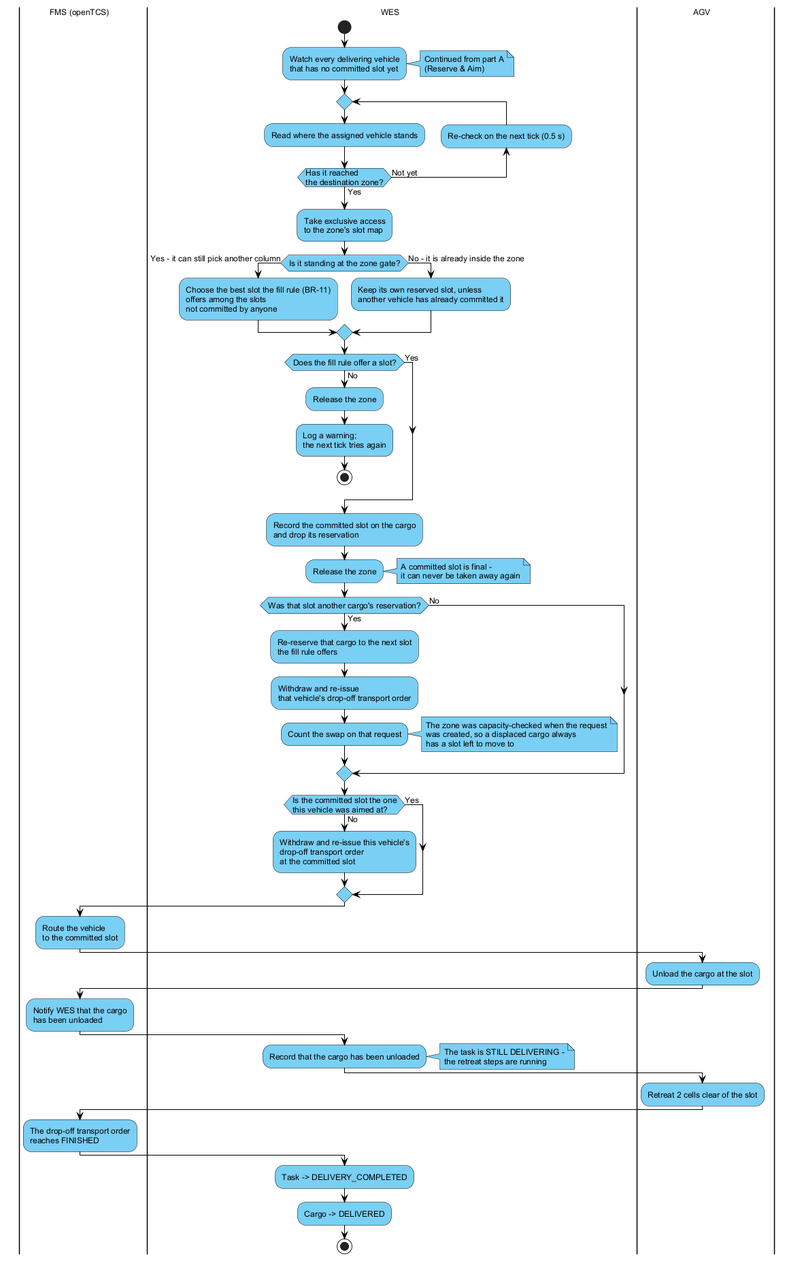
Earlier version of the PlantUML export report/diagrams/mf-02b-commit-dropoff-retreat.png (arishem51/wes). Source of this version:
```plantuml
@startuml mf-02b-commit-dropoff-retreat
skinparam backgroundColor #FFFFFF
skinparam defaultFontName Arial
skinparam defaultFontSize 12
skinparam swimlaneWidth 260
skinparam ArrowColor #000000
skinparam ActivityBorderColor #000000
skinparam ActivityBackgroundColor #7ACFF4
skinparam ActivityDiamondBorderColor #000000
skinparam ActivityDiamondBackgroundColor #7ACFF4
skinparam NoteBackgroundColor #7ACFF4
skinparam NoteBorderColor #000000

|FMS (openTCS)|
|WES|
|AGV|

|WES|
start
:Watch every delivering vehicle\nthat has no committed slot yet;
note right: Continued from part A\n(Reserve & Aim)
repeat
  :Read where the assigned vehicle stands;
  backward:Re-check on the next tick (0.5 s);
repeat while (Has it reached\nthe destination zone?) is (Not yet) not (Yes)
:Take exclusive access\nto the zone's slot map;
if (Is it standing at the zone gate?) then (Yes - it can still pick another column)
  :Choose the best slot the fill rule (BR-11)\noffers among the slots\nnot committed by anyone;
else (No - it is already inside the zone)
  :Keep its own reserved slot, unless\nanother vehicle has already committed it;
endif
if (Does the fill rule offer a slot?) then (No)
  :Release the zone;
  :Log a warning;\nthe next tick tries again;
  stop
else (Yes)
endif
:Record the committed slot on the cargo\nand drop its reservation;
:Release the zone;
note right: A committed slot is final -\nit can never be taken away again
if (Was that slot another cargo's reservation?) then (Yes)
  :Re-reserve that cargo to the next slot\nthe fill rule offers;
  :Withdraw and re-issue\nthat vehicle's drop-off transport order;
  :Count the swap on that request;
  note right: The zone was capacity-checked when the request\nwas created, so a displaced cargo always\nhas a slot left to move to
else (No)
endif
if (Is the committed slot the one\nthis vehicle was aimed at?) then (No)
  :Withdraw and re-issue this vehicle's\ndrop-off transport order\nat the committed slot;
else (Yes)
endif

|FMS (openTCS)|
:Route the vehicle\nto the committed slot;

|AGV|
:Unload the cargo at the slot;

|FMS (openTCS)|
:Notify WES that the cargo\nhas been unloaded;

|WES|
:Record that the cargo has been unloaded;
note right: The task is STILL DELIVERING -\nthe retreat steps are running

|AGV|
:Retreat 2 cells clear of the slot;

|FMS (openTCS)|
:The drop-off transport order\nreaches FINISHED;

|WES|
:Task -> DELIVERY_COMPLETED;
:Cargo -> DELIVERED;
stop

@enduml
```
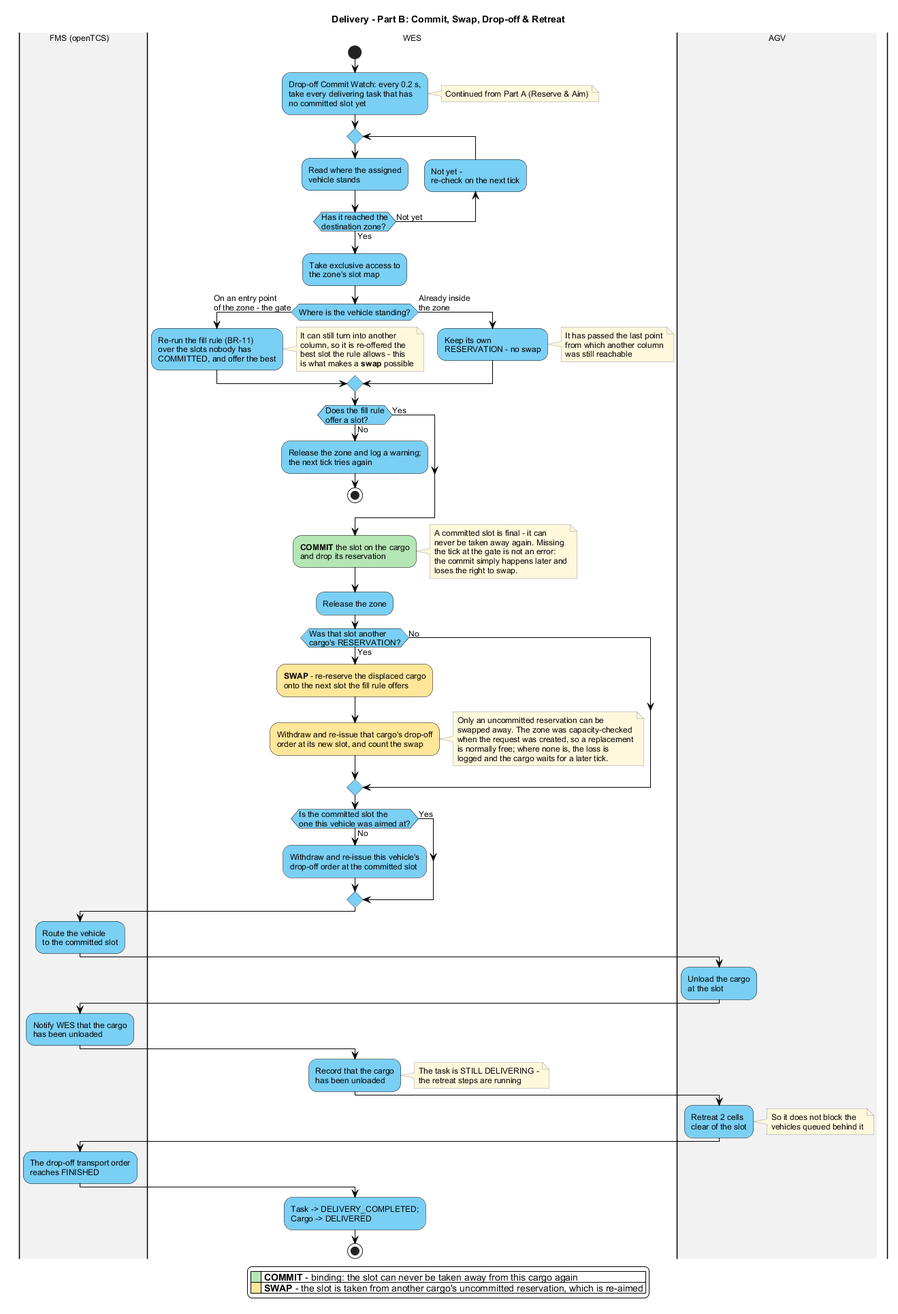
Later version of the same file.

What changed in the source:
```diff
@@ -8,45 +8,68 @@
 skinparam ActivityBackgroundColor #7ACFF4
 skinparam ActivityDiamondBorderColor #000000
 skinparam ActivityDiamondBackgroundColor #7ACFF4
-skinparam NoteBackgroundColor #7ACFF4
-skinparam NoteBorderColor #000000
+skinparam NoteBackgroundColor #FFF8DC
+skinparam NoteBorderColor #999999
 
-|FMS (openTCS)|
-|WES|
-|AGV|
+title Delivery - Part B: Commit, Swap, Drop-off & Retreat
+
+|#F2F2F2|FMS (openTCS)|
+|#FFFFFF|WES|
+|#F2F2F2|AGV|
 
 |WES|
 start
-:Watch every delivering vehicle\nthat has no committed slot yet;
-note right: Continued from part A\n(Reserve & Aim)
+:Drop-off Commit Watch: every 0.2 s,\ntake every delivering task that has\nno committed slot yet;
+note right: Continued from Part A (Reserve & Aim)
 repeat
-  :Read where the assigned vehicle stands;
-  backward:Re-check on the next tick (0.5 s);
-repeat while (Has it reached\nthe destination zone?) is (Not yet) not (Yes)
-:Take exclusive access\nto the zone's slot map;
-if (Is it standing at the zone gate?) then (Yes - it can still pick another column)
-  :Choose the best slot the fill rule (BR-11)\noffers among the slots\nnot committed by anyone;
-else (No - it is already inside the zone)
-  :Keep its own reserved slot, unless\nanother vehicle has already committed it;
+  :Read where the assigned\nvehicle stands;
+  backward:Not yet -\nre-check on the next tick;
+repeat while (Has it reached the\ndestination zone?) is (Not yet) not (Yes)
+:Take exclusive access to\nthe zone's slot map;
+if (Where is the vehicle standing?) then (On an entry point\nof the zone - the gate)
+  :Re-run the fill rule (BR-11)\nover the slots nobody has\nCOMMITTED, and offer the best;
+  note right
+    It can still turn into another
+    column, so it is re-offered the
+    best slot the rule allows - this
+    is what makes a **swap** possible
+  end note
+else (Already inside\nthe zone)
+  :Keep its own\nRESERVATION - no swap;
+  note right
+    It has passed the last point
+    from which another column
+    was still reachable
+  end note
 endif
-if (Does the fill rule offer a slot?) then (No)
-  :Release the zone;
-  :Log a warning;\nthe next tick tries again;
+if (Does the fill rule\noffer a slot?) then (No)
+  :Release the zone and log a warning;\nthe next tick tries again;
   stop
 else (Yes)
 endif
-:Record the committed slot on the cargo\nand drop its reservation;
+#B5E6B5:**COMMIT** the slot on the cargo\nand drop its reservation;
+note right
+  A committed slot is final - it can
+  never be taken away again. Missing
+  the tick at the gate is not an error:
+  the commit simply happens later and
+  loses the right to swap.
+end note
 :Release the zone;
-note right: A committed slot is final -\nit can never be taken away again
-if (Was that slot another cargo's reservation?) then (Yes)
-  :Re-reserve that cargo to the next slot\nthe fill rule offers;
-  :Withdraw and re-issue\nthat vehicle's drop-off transport order;
-  :Count the swap on that request;
-  note right: The zone was capacity-checked when the request\nwas created, so a displaced cargo always\nhas a slot left to move to
+if (Was that slot another\ncargo's RESERVATION?) then (Yes)
+  #FFE699:**SWAP** - re-reserve the displaced cargo\nonto the next slot the fill rule offers;
+  #FFE699:Withdraw and re-issue that cargo's drop-off\norder at its new slot, and count the swap;
+  note right
+    Only an uncommitted reservation can be
+    swapped away. The zone was capacity-checked
+    when the request was created, so a replacement
+    is normally free; where none is, the loss is
+    logged and the cargo waits for a later tick.
+  end note
 else (No)
 endif
-if (Is the committed slot the one\nthis vehicle was aimed at?) then (No)
-  :Withdraw and re-issue this vehicle's\ndrop-off transport order\nat the committed slot;
+if (Is the committed slot the\none this vehicle was aimed at?) then (No)
+  :Withdraw and re-issue this vehicle's\ndrop-off order at the committed slot;
 else (Yes)
 endif
 
@@ -54,24 +77,35 @@
 :Route the vehicle\nto the committed slot;
 
 |AGV|
-:Unload the cargo at the slot;
+:Unload the cargo\nat the slot;
 
 |FMS (openTCS)|
 :Notify WES that the cargo\nhas been unloaded;
 
 |WES|
-:Record that the cargo has been unloaded;
-note right: The task is STILL DELIVERING -\nthe retreat steps are running
+:Record that the cargo\nhas been unloaded;
+note right
+  The task is STILL DELIVERING -
+  the retreat steps are running
+end note
 
 |AGV|
-:Retreat 2 cells clear of the slot;
+:Retreat 2 cells\nclear of the slot;
+note right
+  So it does not block the
+  vehicles queued behind it
+end note
 
 |FMS (openTCS)|
 :The drop-off transport order\nreaches FINISHED;
 
 |WES|
-:Task -> DELIVERY_COMPLETED;
-:Cargo -> DELIVERED;
+:Task -> DELIVERY_COMPLETED;\nCargo -> DELIVERED;
 stop
 
+legend bottom
+|<#B5E6B5>    | **COMMIT** - binding: the slot can never be taken away from this cargo again |
+|<#FFE699>    | **SWAP** - the slot is taken from another cargo's uncommitted reservation, which is re-aimed |
+endlegend
+
 @enduml
```
